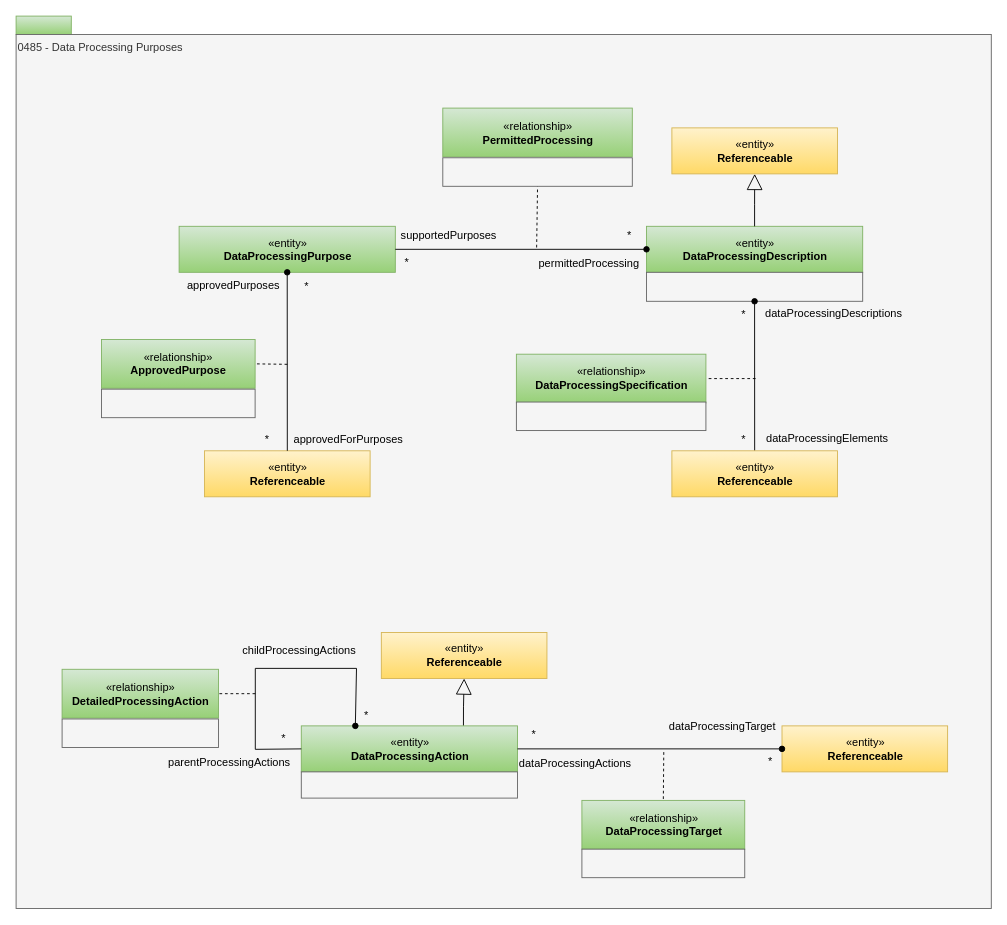
Above: page "0485-Data-Processing-Purposes" (30 of 30) of site/docs/types/4/area-4-governance.drawio in odpi/egeria-docs (draw.io), before the change. Source tidied: cells renumbered, new cells numbered last; positions are measured from the earlier drawing's top-left corner, leaving out a move shared by most shapes. Both pictures are drawn from the tidied source at 92%, with x=0, y=0 at pixel (16, 16).
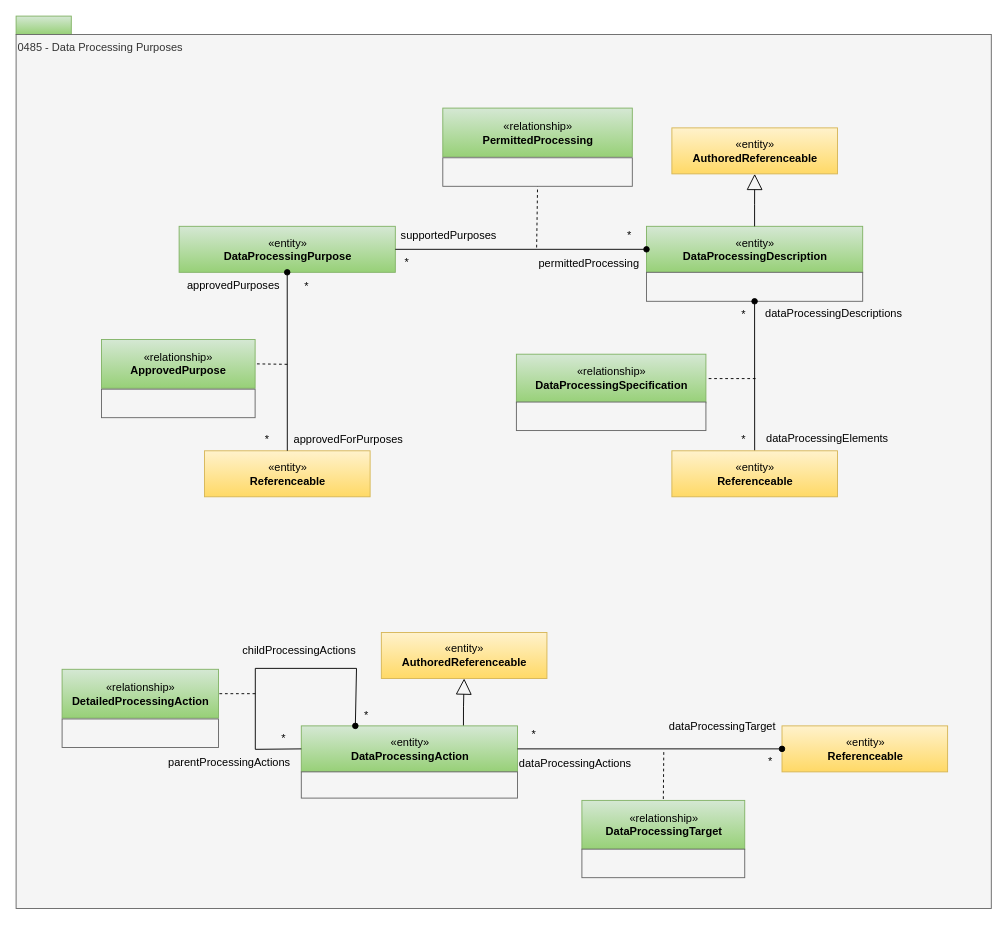
The same page after the edit.

What changed in the source:
```diff
@@
-    <mxCell id="15" value="«entity»&lt;br&gt;&lt;b&gt;Referenceable&lt;/b&gt;" style="html=1;strokeColor=#d6b656;align=center;fillColor=#fff2cc;gradientColor=#ffd966;" parent="1" vertex="1">
+    <mxCell id="15" value="«entity»&lt;br&gt;&lt;b&gt;AuthoredReferenceable&lt;/b&gt;" style="html=1;strokeColor=#d6b656;align=center;fillColor=#fff2cc;gradientColor=#ffd966;" parent="1" vertex="1">
       <mxGeometry x="397" y="670" width="180" height="50" as="geometry" />
     </mxCell>
@@
-    <mxCell id="55" value="«entity»&lt;br&gt;&lt;b&gt;Referenceable&lt;/b&gt;" style="html=1;strokeColor=#d6b656;align=center;fillColor=#fff2cc;gradientColor=#ffd966;" parent="1" vertex="1">
+    <mxCell id="55" value="«entity»&lt;br&gt;&lt;b&gt;AuthoredReferenceable&lt;/b&gt;" style="html=1;strokeColor=#d6b656;align=center;fillColor=#fff2cc;gradientColor=#ffd966;" parent="1" vertex="1">
       <mxGeometry x="712.8" y="121.5" width="180" height="50" as="geometry" />
     </mxCell>
```
